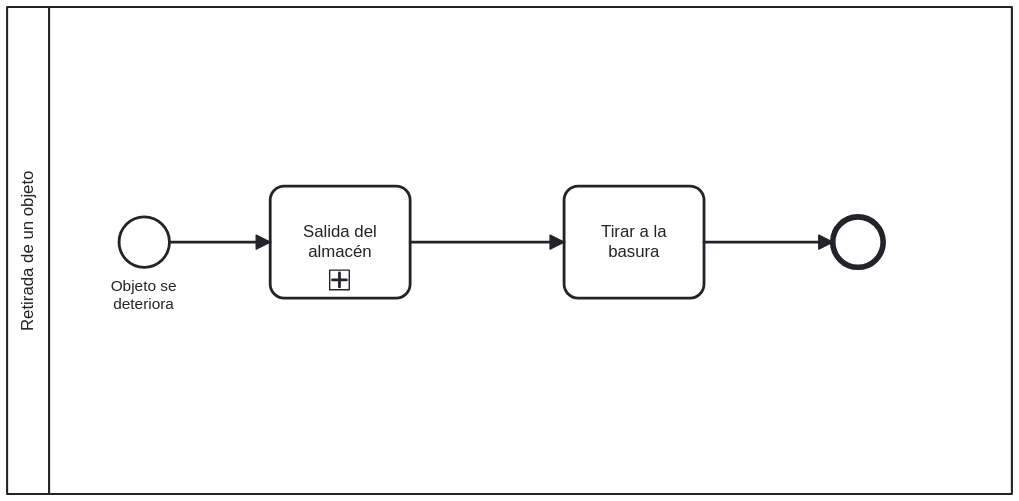
Above: assets/Proceso a implantar - Retirada.svg in Emilio-115/Proyecto-IR-G2-12 (BPMN), before the change. Its source is kept beside it as Procesos de negocio/Proceso a Implantar - Retirada.bpmn. Ids are renumbered.
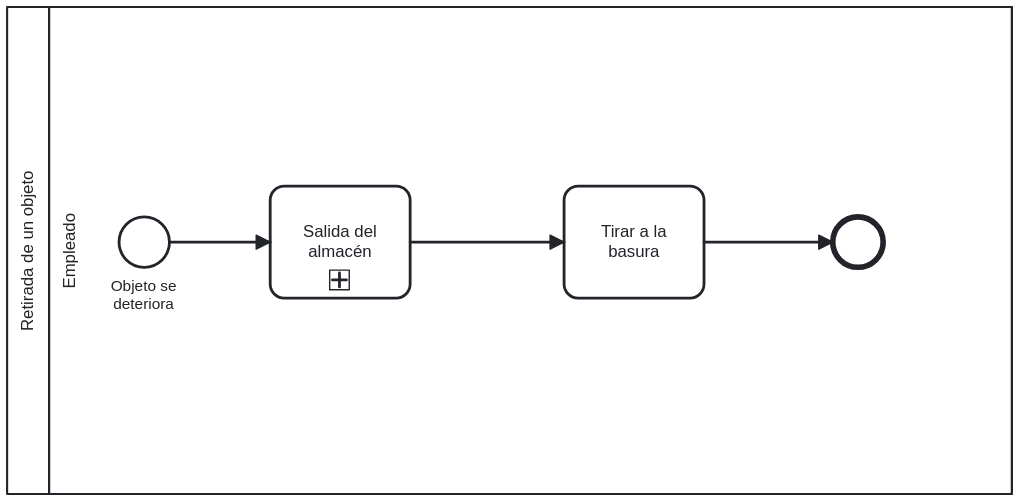
Later version of the same file.

Change to the diagram source:
```diff
@@ -3,6 +3,14 @@
     <bpmn:participant id="Participant_n3" name="Retirada de un objeto" processRef="Process_n4" />
   </bpmn:collaboration>
   <bpmn:process id="Process_n4" isExecutable="false">
+    <bpmn:laneSet id="LaneSet_n15">
+      <bpmn:lane id="Lane_n16" name="Empleado">
+        <bpmn:flowNodeRef>StartEvent_n5</bpmn:flowNodeRef>
+        <bpmn:flowNodeRef>Activity_n7</bpmn:flowNodeRef>
+        <bpmn:flowNodeRef>Activity_n10</bpmn:flowNodeRef>
+        <bpmn:flowNodeRef>Event_n12</bpmn:flowNodeRef>
+      </bpmn:lane>
+    </bpmn:laneSet>
     <bpmn:startEvent id="StartEvent_n5" name="Objeto se deteriora">
       <bpmn:outgoing>Flow_n6</bpmn:outgoing>
     </bpmn:startEvent>
@@ -28,11 +36,19 @@
         <dc:Bounds x="152" y="82" width="718" height="348" />
         <bpmndi:BPMNLabel />
       </bpmndi:BPMNShape>
+      <bpmndi:BPMNShape id="Lane_n16_di" bpmnElement="Lane_n16" isHorizontal="true">
+        <dc:Bounds x="182" y="82" width="688" height="348" />
+        <bpmndi:BPMNLabel />
+      </bpmndi:BPMNShape>
       <bpmndi:BPMNShape id="_BPMNShape_StartEvent_2" bpmnElement="StartEvent_n5">
         <dc:Bounds x="232" y="232" width="36" height="36" />
         <bpmndi:BPMNLabel>
           <dc:Bounds x="226" y="275" width="48" height="27" />
         </bpmndi:BPMNLabel>
+      </bpmndi:BPMNShape>
+      <bpmndi:BPMNShape id="Activity_1wkiuvj_di" bpmnElement="Activity_n7" isExpanded="false">
+        <dc:Bounds x="340" y="210" width="100" height="80" />
+        <bpmndi:BPMNLabel />
       </bpmndi:BPMNShape>
       <bpmndi:BPMNShape id="Activity_n10_di" bpmnElement="Activity_n10">
         <dc:Bounds x="550" y="210" width="100" height="80" />
@@ -40,10 +56,6 @@
       </bpmndi:BPMNShape>
       <bpmndi:BPMNShape id="Event_n12_di" bpmnElement="Event_n12">
         <dc:Bounds x="742" y="232" width="36" height="36" />
-      </bpmndi:BPMNShape>
-      <bpmndi:BPMNShape id="Activity_1wkiuvj_di" bpmnElement="Activity_n7" isExpanded="false">
-        <dc:Bounds x="340" y="210" width="100" height="80" />
-        <bpmndi:BPMNLabel />
       </bpmndi:BPMNShape>
       <bpmndi:BPMNEdge id="Flow_n6_di" bpmnElement="Flow_n6">
         <di:waypoint x="268" y="250" />
```
